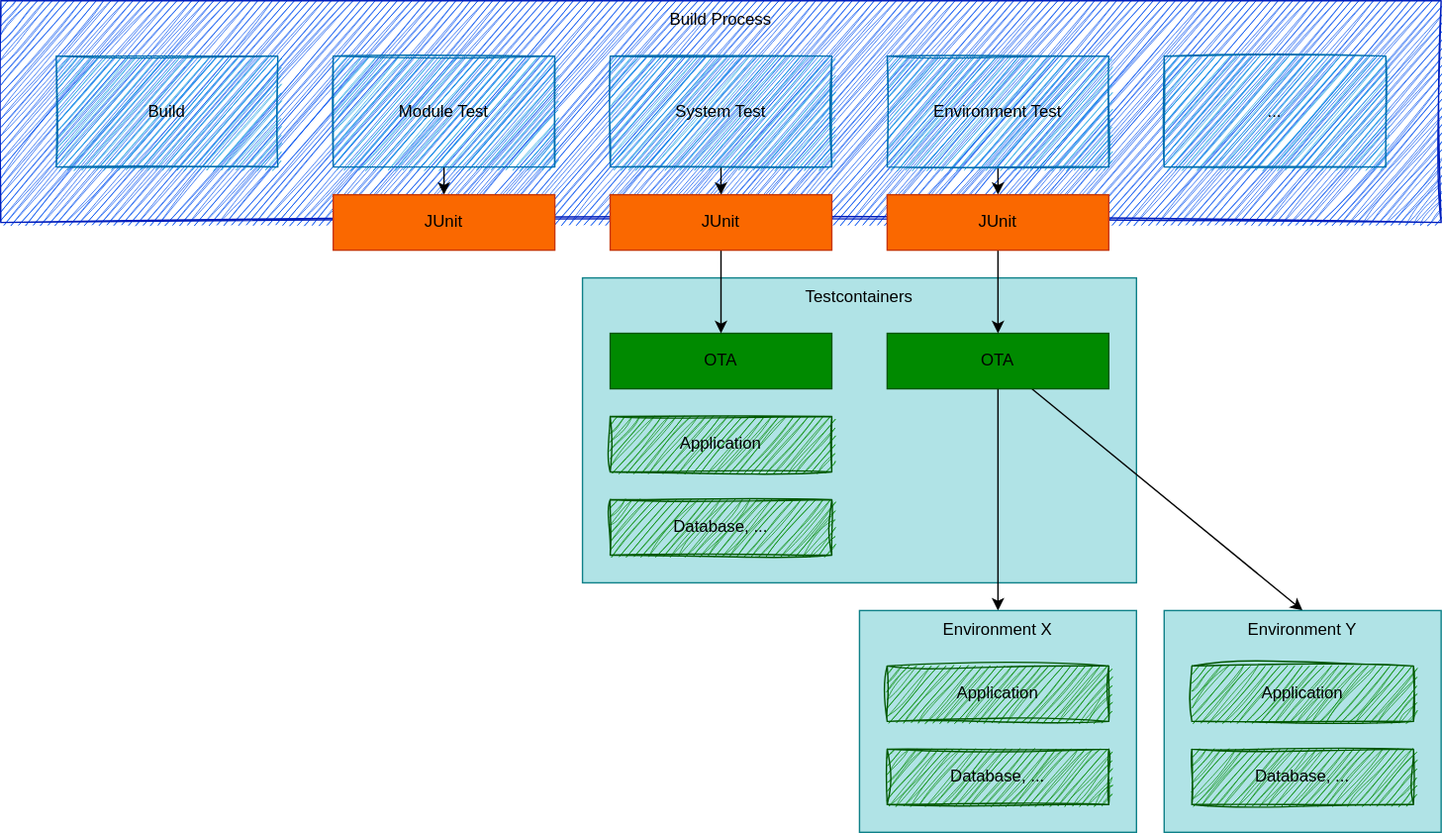
Above: arch.drawio.svg in opentestingapi/impl_java_testcontainers (draw.io), before the change. Source tidied: cells renumbered, new cells last; positions are measured from the earlier drawing's top-left corner, leaving out a move shared by most shapes.
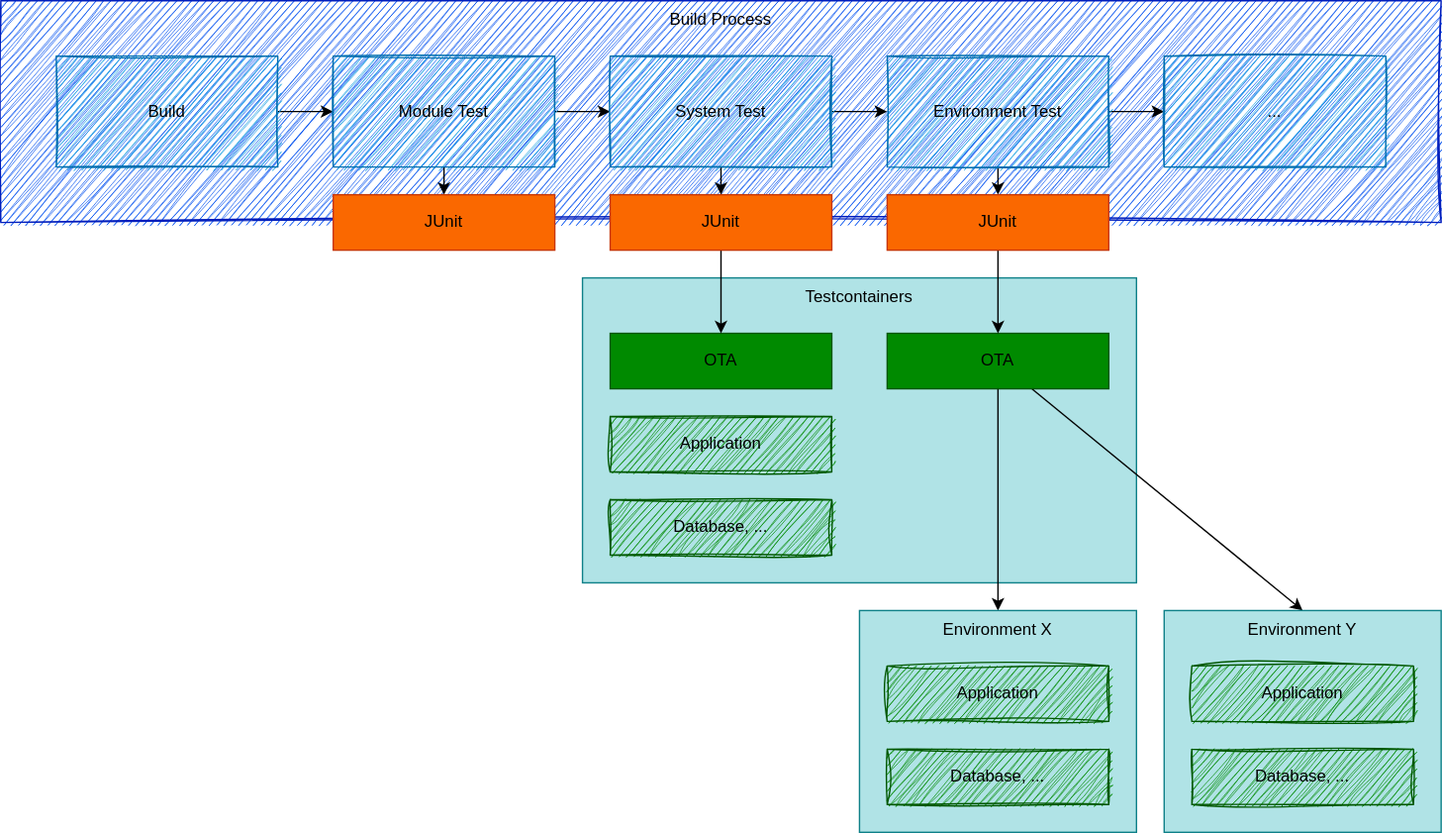
After the commit.

The edit, as a diff of the source:
```diff
@@ -5,24 +5,36 @@
     <mxCell id="2" value="&lt;font color=&quot;#050000&quot;&gt;Build Process&lt;/font&gt;" style="rounded=0;whiteSpace=wrap;html=1;sketch=1;curveFitting=1;jiggle=2;fillColor=#0050ef;fontColor=#ffffff;strokeColor=#001DBC;verticalAlign=top;" parent="1" vertex="1">
       <mxGeometry width="1040" height="160" as="geometry" />
     </mxCell>
+    <mxCell id="29" style="edgeStyle=none;html=1;entryX=0;entryY=0.5;entryDx=0;entryDy=0;strokeColor=#000000;fontColor=#000000;" parent="1" edge="1" source="3" target="5">
+      <mxGeometry relative="1" as="geometry" />
+    </mxCell>
     <mxCell id="3" value="Build" style="rounded=0;whiteSpace=wrap;html=1;sketch=1;fontColor=#000000;fillColor=#1ba1e2;strokeColor=#006EAF;" parent="1" vertex="1">
       <mxGeometry x="40" y="40" width="160" height="80" as="geometry" />
     </mxCell>
     <mxCell id="4" style="edgeStyle=none;html=1;entryX=0.5;entryY=0;entryDx=0;entryDy=0;strokeColor=#000000;fontColor=#000000;" parent="1" edge="1" source="5" target="28">
       <mxGeometry relative="1" as="geometry" />
     </mxCell>
+    <mxCell id="30" style="edgeStyle=none;html=1;entryX=0;entryY=0.5;entryDx=0;entryDy=0;strokeColor=#000000;fontColor=#000000;" parent="1" edge="1" source="5" target="7">
+      <mxGeometry relative="1" as="geometry" />
+    </mxCell>
     <mxCell id="5" value="Module Test" style="rounded=0;whiteSpace=wrap;html=1;sketch=1;fontColor=#000000;fillColor=#1ba1e2;strokeColor=#006EAF;" parent="1" vertex="1">
       <mxGeometry x="240" y="40" width="160" height="80" as="geometry" />
     </mxCell>
     <mxCell id="6" style="edgeStyle=none;html=1;entryX=0.5;entryY=0;entryDx=0;entryDy=0;fontColor=#000000;strokeColor=#000000;" parent="1" edge="1" source="7" target="25">
       <mxGeometry relative="1" as="geometry" />
     </mxCell>
+    <mxCell id="31" style="edgeStyle=none;html=1;entryX=0;entryY=0.5;entryDx=0;entryDy=0;strokeColor=#000000;fontColor=#000000;" parent="1" edge="1" source="7" target="9">
+      <mxGeometry relative="1" as="geometry" />
+    </mxCell>
     <mxCell id="7" value="System Test" style="rounded=0;whiteSpace=wrap;html=1;sketch=1;fontColor=#000000;fillColor=#1ba1e2;strokeColor=#006EAF;" parent="1" vertex="1">
       <mxGeometry x="440" y="40" width="160" height="80" as="geometry" />
     </mxCell>
     <mxCell id="8" style="edgeStyle=none;html=1;entryX=0.5;entryY=0;entryDx=0;entryDy=0;fontColor=#000000;strokeColor=#000000;" parent="1" edge="1" source="9" target="27">
       <mxGeometry relative="1" as="geometry" />
     </mxCell>
+    <mxCell id="32" style="edgeStyle=none;html=1;entryX=0;entryY=0.5;entryDx=0;entryDy=0;strokeColor=#000000;fontColor=#000000;" parent="1" edge="1" source="9" target="10">
+      <mxGeometry relative="1" as="geometry" />
+    </mxCell>
     <mxCell id="9" value="Environment Test" style="rounded=0;whiteSpace=wrap;html=1;sketch=1;fontColor=#000000;fillColor=#1ba1e2;strokeColor=#006EAF;" parent="1" vertex="1">
       <mxGeometry x="640" y="40" width="160" height="80" as="geometry" />
     </mxCell>
```
